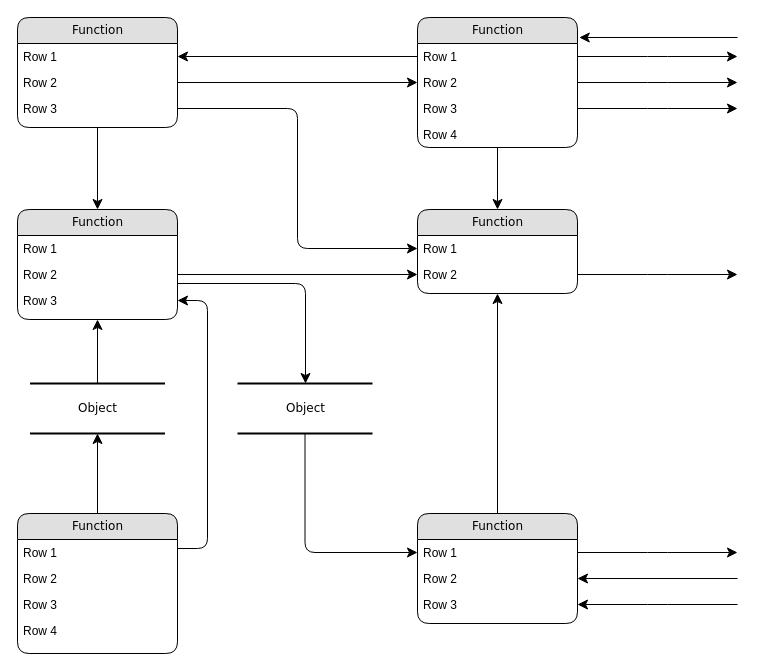
Earlier version of the draw.io diagram Untitled Diagram.drawio (TEZv/TEZv_desc). Source tidied: cells renumbered, new cells numbered last; positions are measured from the earlier drawing's top-left corner, leaving out a move shared by most shapes. Both pictures are drawn from the tidied source at 100%, with x=0, y=0 at pixel (17, 17).
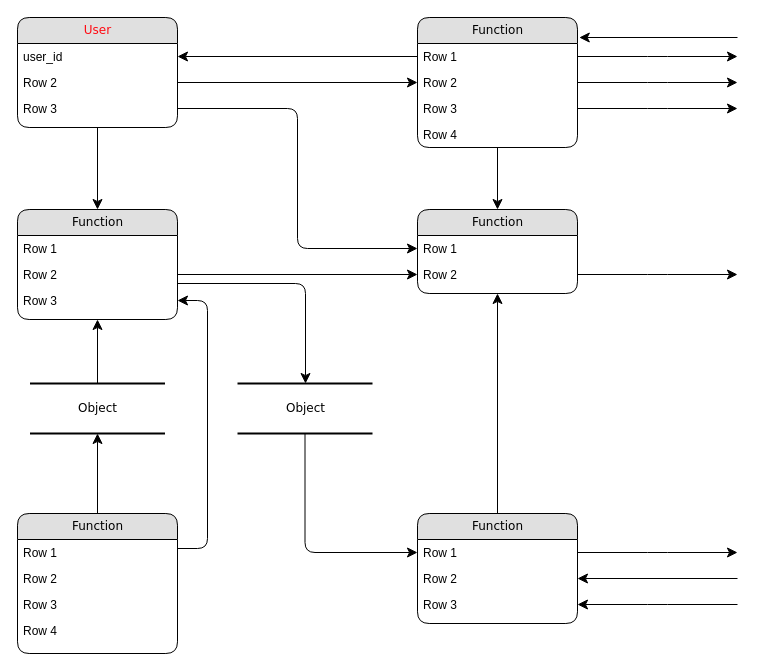
The same diagram, later.

What changed in the source:
```diff
@@
-    <mxCell id="3" value="Function" style="swimlane;html=1;fontStyle=0;horizontal=1;startSize=26;fillColor=#e0e0e0;swimlaneFillColor=#ffffff;align=center;rounded=1;shadow=0;comic=0;labelBackgroundColor=none;strokeWidth=1;fontFamily=Verdana;fontSize=12;" parent="1" vertex="1">
+    <mxCell id="3" value="&lt;font color=&quot;#ff0a12&quot;&gt;User &lt;/font&gt;" style="swimlane;html=1;fontStyle=0;horizontal=1;startSize=26;fillColor=#e0e0e0;swimlaneFillColor=#ffffff;align=center;rounded=1;shadow=0;comic=0;labelBackgroundColor=none;strokeWidth=1;fontFamily=Verdana;fontSize=12;" parent="1" vertex="1">
       <mxGeometry width="160" height="110" as="geometry" />
     </mxCell>
-    <mxCell id="4" value="Row 1" style="text;html=1;strokeColor=none;fillColor=none;spacingLeft=4;spacingRight=4;whiteSpace=wrap;overflow=hidden;points=[[0,0.5],[1,0.5]];portConstraint=eastwest;" parent="3" vertex="1">
+    <mxCell id="4" value=" user_id " style="text;html=1;strokeColor=none;fillColor=none;spacingLeft=4;spacingRight=4;whiteSpace=wrap;overflow=hidden;points=[[0,0.5],[1,0.5]];portConstraint=eastwest;" parent="3" vertex="1">
       <mxGeometry y="26" width="160" height="26" as="geometry" />
     </mxCell>
```
